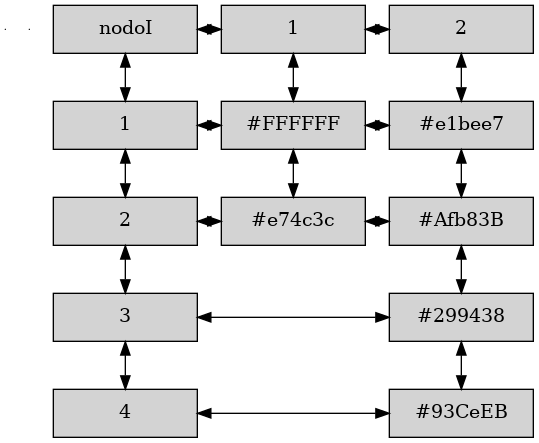
This is GeneradorFiguras/CapaSolicitada.png from froi0409/GeneradorImagenes, a Graphviz export, as it was before one commit. Its source is kept beside it as GeneradorFiguras/CapaSolicitada.dot.
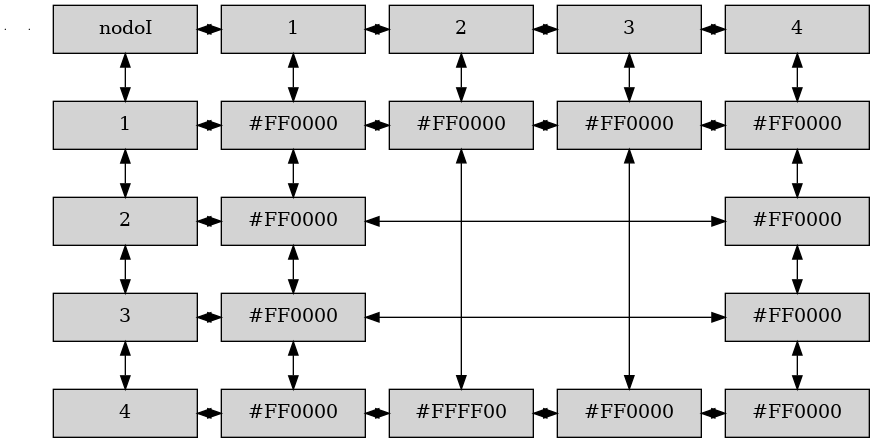
Above is the later version.

Diff of the diagram source:
```diff
@@ -13,31 +13,51 @@
 }
 subgraph cluster_2 {
 nodo1o0 [ label ="1", width = 1.5, style = filled, group = 2 ];
-nodo1o1 [ label ="#FFFFFF", width = 1.5, style = filled, group = 2 ];
-nodo1o2 [ label ="#e74c3c", width = 1.5, style = filled, group = 2 ];
+nodo1o1 [ label ="#FF0000", width = 1.5, style = filled, group = 2 ];
+nodo1o2 [ label ="#FF0000", width = 1.5, style = filled, group = 2 ];
+nodo1o3 [ label ="#FF0000", width = 1.5, style = filled, group = 2 ];
+nodo1o4 [ label ="#FF0000", width = 1.5, style = filled, group = 2 ];
 color="White";
 }
 subgraph cluster_3 {
 nodo2o0 [ label ="2", width = 1.5, style = filled, group = 3 ];
-nodo2o1 [ label ="#e1bee7", width = 1.5, style = filled, group = 3 ];
-nodo2o2 [ label ="#Afb83B", width = 1.5, style = filled, group = 3 ];
-nodo2o3 [ label ="#299438", width = 1.5, style = filled, group = 3 ];
-nodo2o4 [ label ="#93CeEB", width = 1.5, style = filled, group = 3 ];
+nodo2o1 [ label ="#FF0000", width = 1.5, style = filled, group = 3 ];
+nodo2o4 [ label ="#FFFF00", width = 1.5, style = filled, group = 3 ];
+color="White";
+}
+subgraph cluster_4 {
+nodo3o0 [ label ="3", width = 1.5, style = filled, group = 4 ];
+nodo3o1 [ label ="#FF0000", width = 1.5, style = filled, group = 4 ];
+nodo3o4 [ label ="#FF0000", width = 1.5, style = filled, group = 4 ];
+color="White";
+}
+subgraph cluster_5 {
+nodo4o0 [ label ="4", width = 1.5, style = filled, group = 5 ];
+nodo4o1 [ label ="#FF0000", width = 1.5, style = filled, group = 5 ];
+nodo4o2 [ label ="#FF0000", width = 1.5, style = filled, group = 5 ];
+nodo4o3 [ label ="#FF0000", width = 1.5, style = filled, group = 5 ];
+nodo4o4 [ label ="#FF0000", width = 1.5, style = filled, group = 5 ];
 color="White";
 }
 nodo0o0->nodo0o1
 nodo1o0->nodo1o1
 nodo2o0->nodo2o1
-rank = same { nodo0o0->nodo1o0->nodo2o0 };
+nodo3o0->nodo3o1
+nodo4o0->nodo4o1
+rank = same { nodo0o0->nodo1o0->nodo2o0->nodo3o0->nodo4o0 };
 nodo0o1->nodo0o2
 nodo1o1->nodo1o2
-nodo2o1->nodo2o2
-rank = same { nodo0o1->nodo1o1->nodo2o1 };
+nodo2o1->nodo2o4
+nodo3o1->nodo3o4
+nodo4o1->nodo4o2
+rank = same { nodo0o1->nodo1o1->nodo2o1->nodo3o1->nodo4o1 };
 nodo0o2->nodo0o3
-nodo2o2->nodo2o3
-rank = same { nodo0o2->nodo1o2->nodo2o2 };
+nodo1o2->nodo1o3
+nodo4o2->nodo4o3
+rank = same { nodo0o2->nodo1o2->nodo4o2 };
 nodo0o3->nodo0o4
-nodo2o3->nodo2o4
-rank = same { nodo0o3->nodo2o3 };
-rank = same { nodo0o4->nodo2o4 };
+nodo1o3->nodo1o4
+nodo4o3->nodo4o4
+rank = same { nodo0o3->nodo1o3->nodo4o3 };
+rank = same { nodo0o4->nodo1o4->nodo2o4->nodo3o4->nodo4o4 };
 }
```
